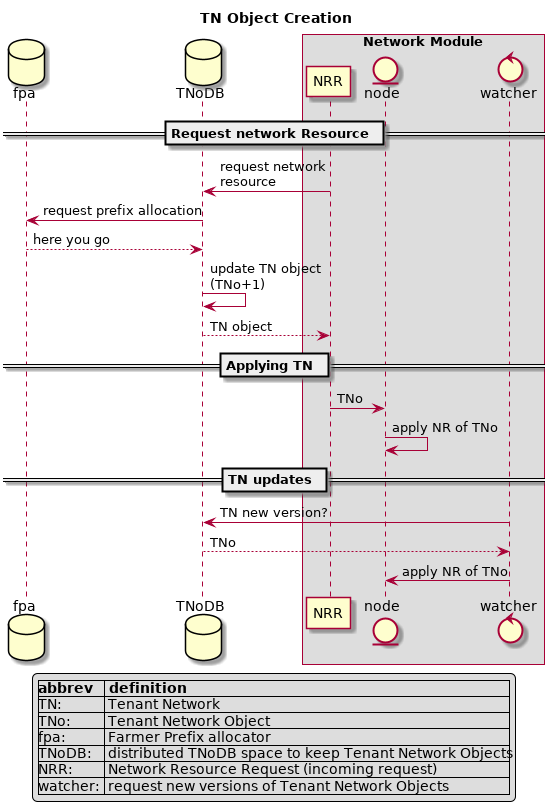
The PlantUML diagram specs/network/TN_Obj_creation_update.png in threefoldtech/zos, before a commit.
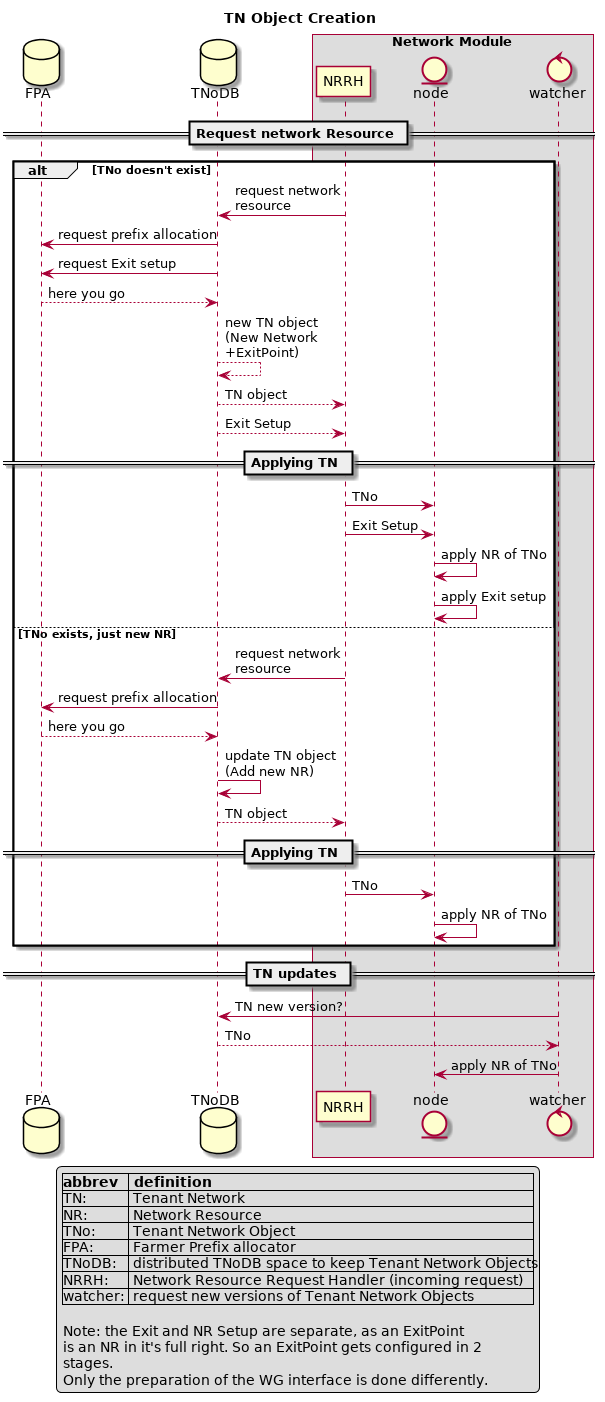
Above is the later version.

What changed in the source:
```diff
@@ -1,22 +1,38 @@
 @startuml
 title TN Object Creation
-database fpa
+database FPA
 database TNoDB
 box Network Module
-participant NRR
+participant NRRH
 entity node
 control watcher
 endbox
 
 == Request network Resource ==
-NRR -> TNoDB : request network\nresource
-TNoDB -> fpa : request prefix allocation
-fpa --> TNoDB : here you go
-TNoDB->TNoDB :update TN object\n(TNo+1)
-TNoDB --> NRR : TN object
+alt TNo doesn't exist
+NRRH -> TNoDB : request network\nresource
+TNoDB -> FPA : request prefix allocation
+TNoDB -> FPA : request Exit setup
+FPA --> TNoDB : here you go
+TNoDB -->TNoDB :new TN object\n(New Network\n+ExitPoint)
+TNoDB --> NRRH : TN object
+TNoDB --> NRRH : Exit Setup
 == Applying TN ==
-NRR -> node : TNo
+NRRH -> node : TNo
+NRRH -> node : Exit Setup
 node <- node : apply NR of TNo
+node <- node : apply Exit setup
+else TNo exists, just new NR
+NRRH -> TNoDB : request network\nresource
+TNoDB -> FPA : request prefix allocation
+FPA --> TNoDB : here you go
+TNoDB->TNoDB :update TN object\n(Add new NR)
+TNoDB --> NRRH : TN object
+== Applying TN ==
+NRRH -> node : TNo
+node <- node : apply NR of TNo
+
+end
 == TN updates ==
 watcher -> TNoDB : TN new version?
 watcher <-- TNoDB : TNo
@@ -26,10 +42,16 @@
 legend
 |=abbrev  | definition   |
 |TN:      | Tenant Network|
+|NR:       | Network Resource |
 |TNo:     | Tenant Network Object |
-|fpa:     | Farmer Prefix allocator|
+|FPA:     | Farmer Prefix allocator|
 |TNoDB:   | distributed TNoDB space to keep Tenant Network Objects|
-|NRR:     | Network Resource Request (incoming request)|
+|NRRH:     | Network Resource Request Handler (incoming request)|
 |watcher: | request new versions of Tenant Network Objects|
+
+Note: the Exit and NR Setup are separate, as an ExitPoint
+is an NR in it's full right. So an ExitPoint gets configured in 2
+stages.
+Only the preparation of the WG interface is done differently.
 endlegend
 @enduml
```
